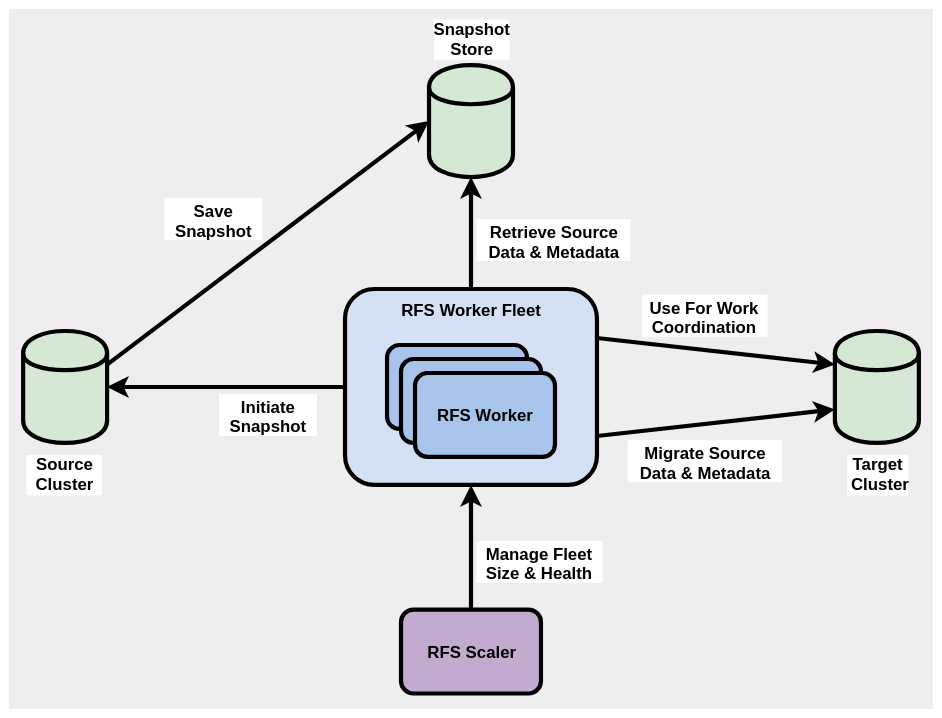
opensearch-project/opensearch-migrations keeps this draw.io diagram as RFS/docs/RFS_Worker_HL_System.svg. Above is the earlier version. Source tidied: cells renumbered, new cells last; positions are measured from the earlier drawing's top-left corner, leaving out a move shared by most shapes.
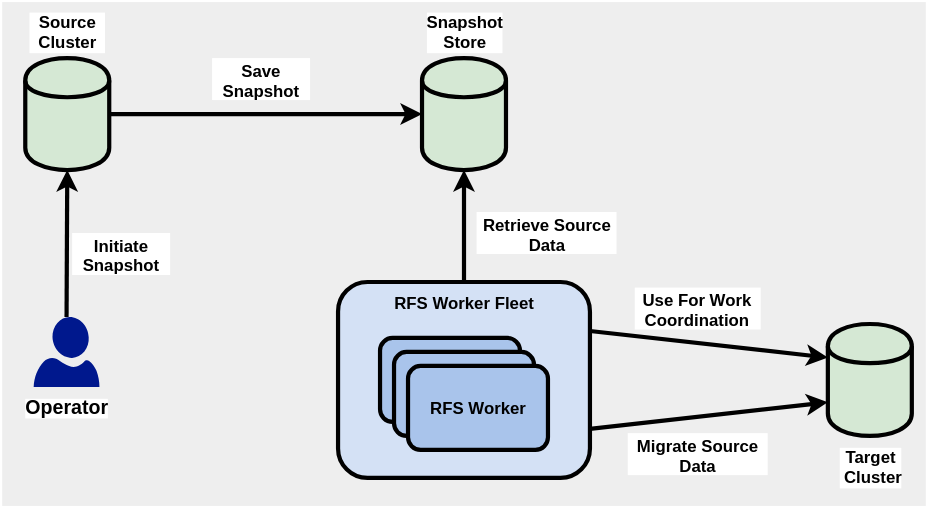
The same file after the commit.

What changed in the source:
```diff
@@ -3,7 +3,7 @@
     <mxCell id="0" />
     <mxCell id="1" parent="0" />
     <mxCell id="2" style="rounded=0;whiteSpace=wrap;html=1;strokeWidth=3;fillColor=#eeeeee;align=center;strokeColor=none;" parent="1" vertex="1">
-      <mxGeometry width="660" height="500" as="geometry" />
+      <mxGeometry width="660" height="360" as="geometry" />
     </mxCell>
     <mxCell id="3" style="rounded=0;html=1;entryX=0;entryY=0.3;entryDx=0;entryDy=0;jettySize=auto;strokeWidth=3;exitX=1;exitY=0.25;exitDx=0;exitDy=0;" parent="1" edge="1" source="18" target="6">
       <mxGeometry relative="1" as="geometry" />
@@ -11,8 +11,8 @@
     <mxCell id="4" style="rounded=0;html=1;entryX=0;entryY=0.7;entryDx=0;entryDy=0;jettySize=auto;strokeWidth=3;exitX=1;exitY=0.75;exitDx=0;exitDy=0;" parent="1" edge="1" source="18" target="6">
       <mxGeometry relative="1" as="geometry" />
     </mxCell>
-    <mxCell id="5" value="&lt;div&gt;&lt;b&gt;Source Cluster&lt;/b&gt;&lt;/div&gt;" style="shape=cylinder;whiteSpace=wrap;html=1;boundedLbl=1;backgroundOutline=1;labelPosition=center;verticalLabelPosition=bottom;align=center;verticalAlign=top;strokeWidth=3;fillColor=#d5e8d4;labelBackgroundColor=#ffffff;" parent="1" vertex="1">
-      <mxGeometry x="10" y="230" width="60" height="80" as="geometry" />
+    <mxCell id="5" value="&lt;div&gt;&lt;b&gt;Source Cluster&lt;/b&gt;&lt;/div&gt;" style="shape=cylinder;whiteSpace=wrap;html=1;boundedLbl=1;backgroundOutline=1;labelPosition=center;verticalLabelPosition=top;align=center;verticalAlign=bottom;strokeWidth=3;fillColor=#d5e8d4;labelBackgroundColor=#ffffff;" parent="1" vertex="1">
+      <mxGeometry x="16.5" y="40" width="60" height="80" as="geometry" />
     </mxCell>
     <mxCell id="6" value="&lt;b&gt;Target&lt;/b&gt;&lt;div&gt;&lt;b&gt;&amp;nbsp;Cluster&lt;/b&gt;&lt;/div&gt;" style="shape=cylinder;whiteSpace=wrap;html=1;boundedLbl=1;backgroundOutline=1;labelPosition=center;verticalLabelPosition=bottom;align=center;verticalAlign=top;strokeWidth=3;fillColor=#d5e8d4;labelBackgroundColor=#ffffff;" parent="1" vertex="1">
       <mxGeometry x="590" y="230" width="60" height="80" as="geometry" />
@@ -23,33 +23,27 @@
     <mxCell id="8" value="&lt;div&gt;&lt;b&gt;Snapshot&lt;br&gt;Store&lt;br&gt;&lt;/b&gt;&lt;/div&gt;" style="shape=cylinder;whiteSpace=wrap;html=1;boundedLbl=1;backgroundOutline=1;labelPosition=center;verticalLabelPosition=top;align=center;verticalAlign=bottom;strokeWidth=3;fillColor=#d5e8d4;labelBackgroundColor=#ffffff;" parent="1" vertex="1">
       <mxGeometry x="300" y="40" width="60" height="80" as="geometry" />
     </mxCell>
-    <mxCell id="9" style="endArrow=classic;html=1;entryX=1;entryY=0.5;entryDx=0;entryDy=0;exitX=0;exitY=0.5;exitDx=0;exitDy=0;strokeWidth=3;" parent="1" edge="1" source="18" target="5">
+    <mxCell id="9" style="endArrow=classic;html=1;entryX=0.5;entryY=1;entryDx=0;entryDy=0;exitX=0.5;exitY=0;exitDx=0;exitDy=0;strokeWidth=3;exitPerimeter=0;" parent="1" edge="1" source="23" target="5">
       <mxGeometry relative="1" as="geometry" />
     </mxCell>
-    <mxCell id="10" style="endArrow=classic;html=1;strokeWidth=3;entryX=0;entryY=0.5;entryDx=0;entryDy=0;exitX=1;exitY=0.3;exitDx=0;exitDy=0;" parent="1" edge="1" source="5" target="8">
+    <mxCell id="10" style="endArrow=classic;html=1;strokeWidth=3;entryX=0;entryY=0.5;entryDx=0;entryDy=0;exitX=1;exitY=0.5;exitDx=0;exitDy=0;" parent="1" edge="1" source="5" target="8">
       <mxGeometry relative="1" as="geometry" />
     </mxCell>
     <mxCell id="11" value="&lt;div align=&quot;center&quot;&gt;Initiate&lt;br&gt;Snapshot&lt;br&gt;&lt;/div&gt;" style="text;html=1;align=center;verticalAlign=top;spacingTop=-4;fillColor=#ffffff;fontStyle=1;" parent="1" vertex="1">
-      <mxGeometry x="150" y="275" width="70" height="30" as="geometry" />
+      <mxGeometry x="50" y="165" width="70" height="30" as="geometry" />
     </mxCell>
     <mxCell id="12" value="Save&lt;div align=&quot;center&quot;&gt;Snapshot&lt;br&gt;&lt;/div&gt;" style="text;html=1;align=center;verticalAlign=top;spacingTop=-4;fillColor=#ffffff;fontStyle=1;" parent="1" vertex="1">
-      <mxGeometry x="111" y="135" width="70" height="30" as="geometry" />
+      <mxGeometry x="150" y="40" width="70" height="30" as="geometry" />
     </mxCell>
-    <mxCell id="13" value="Retrieve Source&lt;br&gt;Data &amp;amp; Metadata" style="text;html=1;align=center;verticalAlign=top;spacingTop=-4;fillColor=#ffffff;fontStyle=1;" parent="1" vertex="1">
-      <mxGeometry x="334" y="150" width="110" height="30" as="geometry" />
+    <mxCell id="13" value="Retrieve Source&lt;br&gt;Data" style="text;html=1;align=center;verticalAlign=top;spacingTop=-4;fillColor=#ffffff;fontStyle=1;" parent="1" vertex="1">
+      <mxGeometry x="339" y="150" width="100" height="30" as="geometry" />
     </mxCell>
     <mxCell id="14" value="Use For Work&lt;br&gt;Coordination" style="text;html=1;align=center;verticalAlign=top;spacingTop=-4;fillColor=#ffffff;fontStyle=1;" parent="1" vertex="1">
       <mxGeometry x="452" y="204" width="90" height="30" as="geometry" />
     </mxCell>
-    <mxCell id="15" value="Migrate Source&lt;br&gt;Data &amp;amp; Metadata" style="text;html=1;align=center;verticalAlign=top;spacingTop=-4;fillColor=#ffffff;fontStyle=1;" parent="1" vertex="1">
-      <mxGeometry x="442" y="308" width="110" height="30" as="geometry" />
+    <mxCell id="15" value="Migrate Source&lt;br&gt;Data" style="text;html=1;align=center;verticalAlign=top;spacingTop=-4;fillColor=#ffffff;fontStyle=1;" parent="1" vertex="1">
+      <mxGeometry x="447" y="308" width="100" height="30" as="geometry" />
     </mxCell>
-    <mxCell id="16" value="&lt;div&gt;&lt;b&gt;RFS Scaler&lt;/b&gt;&lt;/div&gt;" style="rounded=1;whiteSpace=wrap;html=1;strokeWidth=3;fillColor=#c3abd0;" parent="1" vertex="1">
-      <mxGeometry x="280" y="429" width="100" height="60" as="geometry" />
-    </mxCell>
-    <mxCell id="17" style="endArrow=classic;html=1;strokeWidth=3;entryX=0.5;entryY=1;entryDx=0;entryDy=0;exitX=0.5;exitY=0;exitDx=0;exitDy=0;" parent="1" edge="1" source="16" target="18">
-      <mxGeometry relative="1" as="geometry" />
-    </mxCell>
     <mxCell id="18" value="&lt;b&gt;RFS Worker Fleet&lt;/b&gt;" style="rounded=1;whiteSpace=wrap;html=1;strokeWidth=3;fillColor=#d4e1f5;gradientColor=none;gradientDirection=north;verticalAlign=top;" parent="1" vertex="1">
       <mxGeometry x="240" y="200" width="180" height="140" as="geometry" />
     </mxCell>
@@ -62,8 +56,8 @@
     <mxCell id="21" value="&lt;div&gt;&lt;b&gt;RFS Worker&lt;/b&gt;&lt;/div&gt;" style="rounded=1;whiteSpace=wrap;html=1;strokeWidth=3;fillColor=#a9c4eb;" parent="1" vertex="1">
       <mxGeometry x="290" y="260" width="100" height="60" as="geometry" />
     </mxCell>
-    <mxCell id="22" value="Manage Fleet&lt;br&gt;Size &amp;amp; Health" style="text;html=1;align=center;verticalAlign=top;spacingTop=-4;fillColor=#ffffff;fontStyle=1;" parent="1" vertex="1">
-      <mxGeometry x="334" y="380" width="90" height="30" as="geometry" />
-    </mxCell>
+    <mxCell id="23" value="&lt;b style=&quot;background-color: rgb(255, 255, 255);&quot;&gt;&lt;font style=&quot;font-size: 14px;&quot;&gt;Operator&lt;/font&gt;&lt;/b&gt;" style="shadow=0;dashed=0;html=1;strokeColor=none;shape=mxgraph.azure.user;fillColor=#00188D;labelPosition=center;verticalLabelPosition=bottom;align=center;verticalAlign=top;" parent="1" vertex="1">
+      <mxGeometry x="22.5" y="225" width="47" height="50" as="geometry" />
+    </mxCell>
   </root>
 </mxGraphModel>
```
